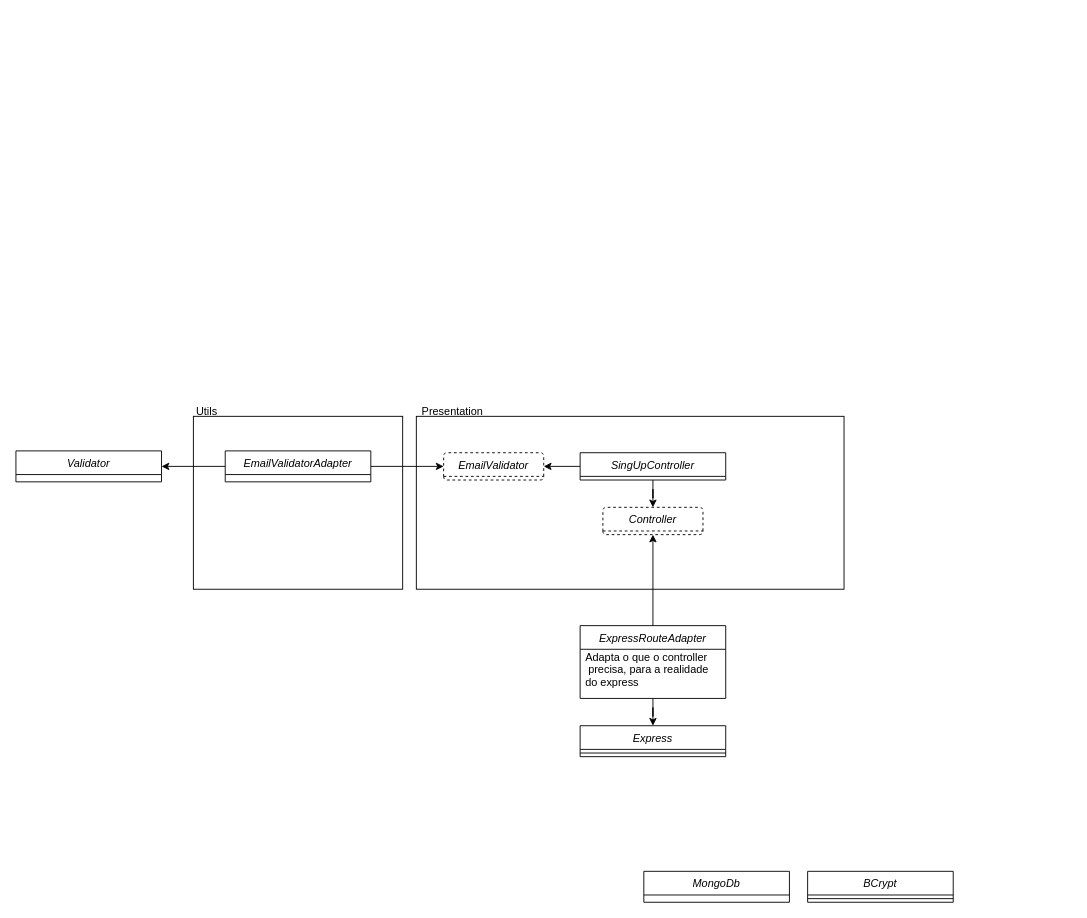
Earlier version of the draw.io diagram clean-api/architecture-diagram.drawio (guilhermeais/clean-api-studies). Source tidied: cells renumbered, new cells numbered last; positions are measured from the earlier drawing's top-left corner, leaving out a move shared by most shapes. Both pictures are drawn from the tidied source at 91%, with x=0, y=0 at pixel (15, 398).
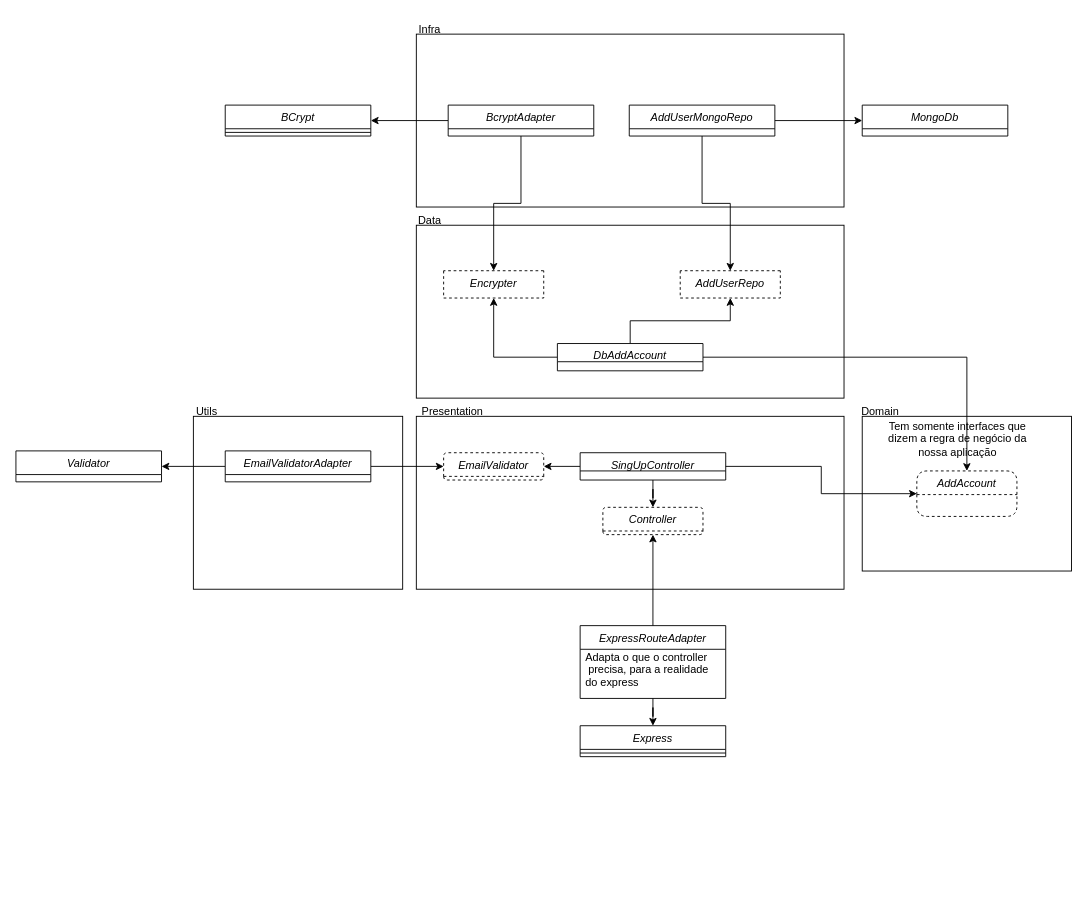
The same page after the edit.

Commit message:
docs: update architecture diagram

What changed in the source:
```diff
@@
     <mxCell id="5" value="MongoDb" style="swimlane;fontStyle=2;align=center;verticalAlign=top;horizontal=1;startSize=26;rounded=0;shadow=0;strokeWidth=1;" parent="1" vertex="1">
-      <mxGeometry x="690" y="520" width="160" height="34" as="geometry" />
+      <mxGeometry x="930" y="-322" width="160" height="34" as="geometry" />
     </mxCell>
     <mxCell id="6" value="BCrypt" style="swimlane;fontStyle=2;align=center;verticalAlign=top;horizontal=1;startSize=26;rounded=0;shadow=0;strokeWidth=1;" parent="1" vertex="1">
-      <mxGeometry x="870" y="520" width="160" height="34" as="geometry" />
+      <mxGeometry x="230" y="-322" width="160" height="34" as="geometry" />
     </mxCell>
@@
-    <mxCell id="15" value="SingUpController" style="swimlane;fontStyle=2;align=center;verticalAlign=top;horizontal=1;startSize=26;rounded=0;shadow=0;strokeWidth=1;" parent="1" vertex="1">
+    <mxCell id="15" value="SingUpController" style="swimlane;fontStyle=2;align=center;verticalAlign=top;horizontal=1;startSize=20;rounded=0;shadow=0;strokeWidth=1;" parent="1" vertex="1">
       <mxGeometry x="620" y="60" width="160" height="30" as="geometry" />
     </mxCell>
@@
+    <mxCell id="24" style="whiteSpace=wrap;html=1;" parent="1" vertex="1">
+      <mxGeometry x="930" y="20" width="230" height="170" as="geometry" />
+    </mxCell>
+    <mxCell id="25" value="Domain" style="text;html=1;strokeColor=none;fillColor=none;align=center;verticalAlign=middle;whiteSpace=wrap;rounded=0;" parent="1" vertex="1">
+      <mxGeometry x="920" width="60" height="30" as="geometry" />
+    </mxCell>
+    <mxCell id="26" value="AddAccount" style="swimlane;fontStyle=2;align=center;verticalAlign=top;horizontal=1;startSize=26;rounded=1;shadow=0;strokeWidth=1;dashed=1;" parent="1" vertex="1">
+      <mxGeometry x="990" y="80" width="110" height="50" as="geometry" />
+    </mxCell>
+    <mxCell id="27" value="Tem somente interfaces que dizem a regra de negócio da nossa aplicação" style="text;html=1;strokeColor=none;fillColor=none;align=center;verticalAlign=middle;whiteSpace=wrap;rounded=0;" parent="1" vertex="1">
+      <mxGeometry x="950" y="30" width="170" height="30" as="geometry" />
+    </mxCell>
+    <mxCell id="28" style="edgeStyle=orthogonalEdgeStyle;rounded=0;jettySize=auto;html=1;" parent="1" edge="1" source="15" target="26">
+      <mxGeometry relative="1" as="geometry" />
+    </mxCell>
+    <mxCell id="29" style="whiteSpace=wrap;html=1;" parent="1" vertex="1">
+      <mxGeometry x="440" y="-190" width="470" height="190" as="geometry" />
+    </mxCell>
+    <mxCell id="30" value="Data" style="text;html=1;strokeColor=none;fillColor=none;align=center;verticalAlign=middle;whiteSpace=wrap;rounded=0;" parent="1" vertex="1">
+      <mxGeometry x="425" y="-210" width="60" height="30" as="geometry" />
+    </mxCell>
+    <mxCell id="31" style="edgeStyle=orthogonalEdgeStyle;rounded=0;jettySize=auto;html=1;" parent="1" edge="1" source="34" target="26">
+      <mxGeometry relative="1" as="geometry" />
+    </mxCell>
+    <mxCell id="32" style="edgeStyle=orthogonalEdgeStyle;rounded=0;jettySize=auto;html=1;" parent="1" edge="1" source="34" target="40">
+      <mxGeometry relative="1" as="geometry" />
+    </mxCell>
+    <mxCell id="33" style="edgeStyle=orthogonalEdgeStyle;rounded=0;jettySize=auto;html=1;" parent="1" edge="1" source="34" target="44">
+      <mxGeometry relative="1" as="geometry" />
+    </mxCell>
+    <mxCell id="34" value="DbAddAccount" style="swimlane;fontStyle=2;align=center;verticalAlign=top;horizontal=1;startSize=20;rounded=0;shadow=0;strokeWidth=1;" parent="1" vertex="1">
+      <mxGeometry x="595" y="-60" width="160" height="30" as="geometry" />
+    </mxCell>
+    <mxCell id="35" style="whiteSpace=wrap;html=1;" parent="1" vertex="1">
+      <mxGeometry x="440" y="-400" width="470" height="190" as="geometry" />
+    </mxCell>
+    <mxCell id="36" value="Infra" style="text;html=1;strokeColor=none;fillColor=none;align=center;verticalAlign=middle;whiteSpace=wrap;rounded=0;" parent="1" vertex="1">
+      <mxGeometry x="425" y="-420" width="60" height="30" as="geometry" />
+    </mxCell>
+    <mxCell id="37" style="edgeStyle=orthogonalEdgeStyle;rounded=0;jettySize=auto;html=1;" parent="1" edge="1" source="39" target="6">
+      <mxGeometry relative="1" as="geometry" />
+    </mxCell>
+    <mxCell id="38" style="edgeStyle=orthogonalEdgeStyle;rounded=0;jettySize=auto;html=1;" parent="1" edge="1" source="39" target="40">
+      <mxGeometry relative="1" as="geometry" />
+    </mxCell>
+    <mxCell id="39" value="BcryptAdapter" style="swimlane;fontStyle=2;align=center;verticalAlign=top;horizontal=1;startSize=26;rounded=0;shadow=0;strokeWidth=1;" parent="1" vertex="1">
+      <mxGeometry x="475" y="-322" width="160" height="34" as="geometry" />
+    </mxCell>
+    <mxCell id="40" value="Encrypter" style="swimlane;fontStyle=2;align=center;verticalAlign=top;horizontal=1;startSize=0;rounded=1;shadow=0;strokeWidth=1;dashed=1;" parent="1" vertex="1">
+      <mxGeometry x="470" y="-140" width="110" height="30" as="geometry" />
+    </mxCell>
+    <mxCell id="41" style="edgeStyle=orthogonalEdgeStyle;rounded=0;jettySize=auto;html=1;entryX=0;entryY=0.5;entryDx=0;entryDy=0;" parent="1" edge="1" source="43" target="5">
+      <mxGeometry relative="1" as="geometry" />
+    </mxCell>
+    <mxCell id="42" style="edgeStyle=orthogonalEdgeStyle;rounded=0;jettySize=auto;html=1;" parent="1" edge="1" source="43" target="44">
+      <mxGeometry relative="1" as="geometry" />
+    </mxCell>
+    <mxCell id="43" value="AddUserMongoRepo" style="swimlane;fontStyle=2;align=center;verticalAlign=top;horizontal=1;startSize=26;rounded=0;shadow=0;strokeWidth=1;" parent="1" vertex="1">
+      <mxGeometry x="674" y="-322" width="160" height="34" as="geometry" />
+    </mxCell>
+    <mxCell id="44" value="AddUserRepo" style="swimlane;fontStyle=2;align=center;verticalAlign=top;horizontal=1;startSize=0;rounded=1;shadow=0;strokeWidth=1;dashed=1;" parent="1" vertex="1">
+      <mxGeometry x="730" y="-140" width="110" height="30" as="geometry" />
+    </mxCell>
```
